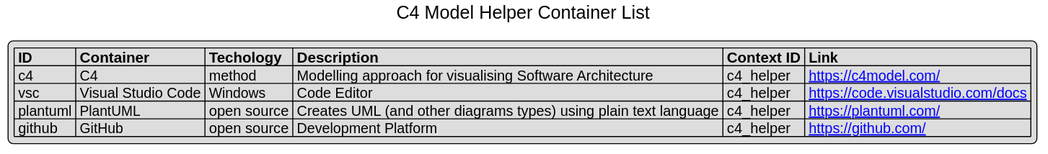
Above: docs/container_list.svg in gobravedave/C4-Plantuml-Helper (PlantUML), before the change. The source it was exported from:
```plantuml
@startuml C4 Model Helper Container List
Title C4 Model Helper Container List











    Legend bottom
    | **ID** | **Container** | **Techology** | **Description** | **Context ID** | **Link** |
| c4 | C4 | method | Modelling approach for visualising Software Architecture | c4_helper | [[https://c4model.com/]] |
| vsc | Visual Studio Code | Windows | Code Editor | c4_helper | [[https://code.visualstudio.com/docs]] |
| plantuml | PlantUML | open source | Creates UML (and other diagrams types) using plain text language | c4_helper | [[https://plantuml.com/]] |
| github | GitHub | open source | Development Platform | c4_helper | [[https://github.com/]] |
    endlegend
@enduml
```
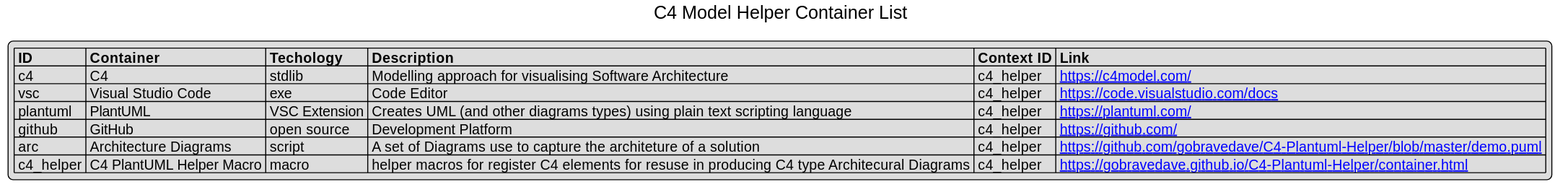
The same diagram one commit later.

Change to the diagram source:
```diff
@@ -1,21 +1,5 @@
-@startuml C4 Model Helper Container List
+@startuml container_list
 Title C4 Model Helper Container List
-
-
-
-
-
-
-
-
-
-
-
-    Legend bottom
-    | **ID** | **Container** | **Techology** | **Description** | **Context ID** | **Link** |
-| c4 | C4 | method | Modelling approach for visualising Software Architecture | c4_helper | [[https://c4model.com/]] |
-| vsc | Visual Studio Code | Windows | Code Editor | c4_helper | [[https://code.visualstudio.com/docs]] |
-| plantuml | PlantUML | open source | Creates UML (and other diagrams types) using plain text language | c4_helper | [[https://plantuml.com/]] |
-| github | GitHub | open source | Development Platform | c4_helper | [[https://github.com/]] |
-    endlegend
+!include ../C4-Plantuml-Helper/C4_helper.iuml
+$container_list()
 @enduml
```
